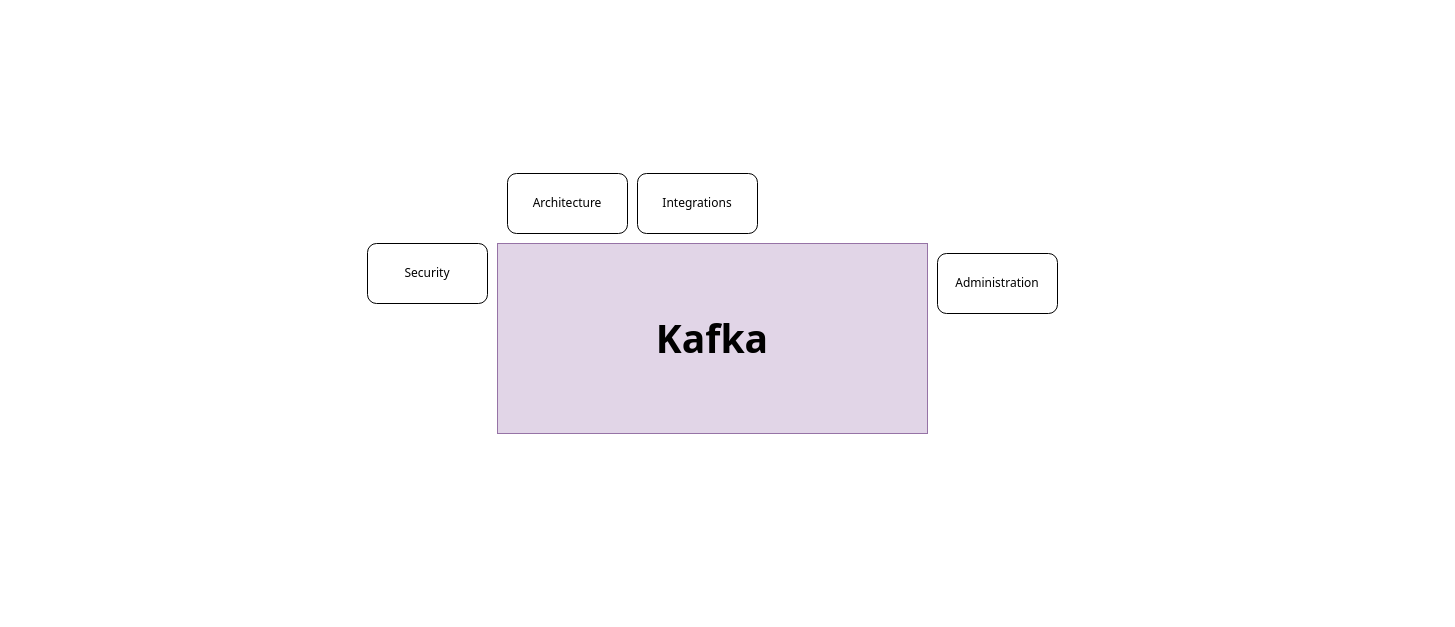
The draw.io diagram Kafka.drawio in kanchantewary/MindMaps, before the edit. Source tidied: cells renumbered, new cells numbered last; positions are measured from the earlier drawing's top-left corner, leaving out a move shared by most shapes. Both pictures are drawn from the tidied source at 100%, with x=0, y=0 at pixel (367, 173).
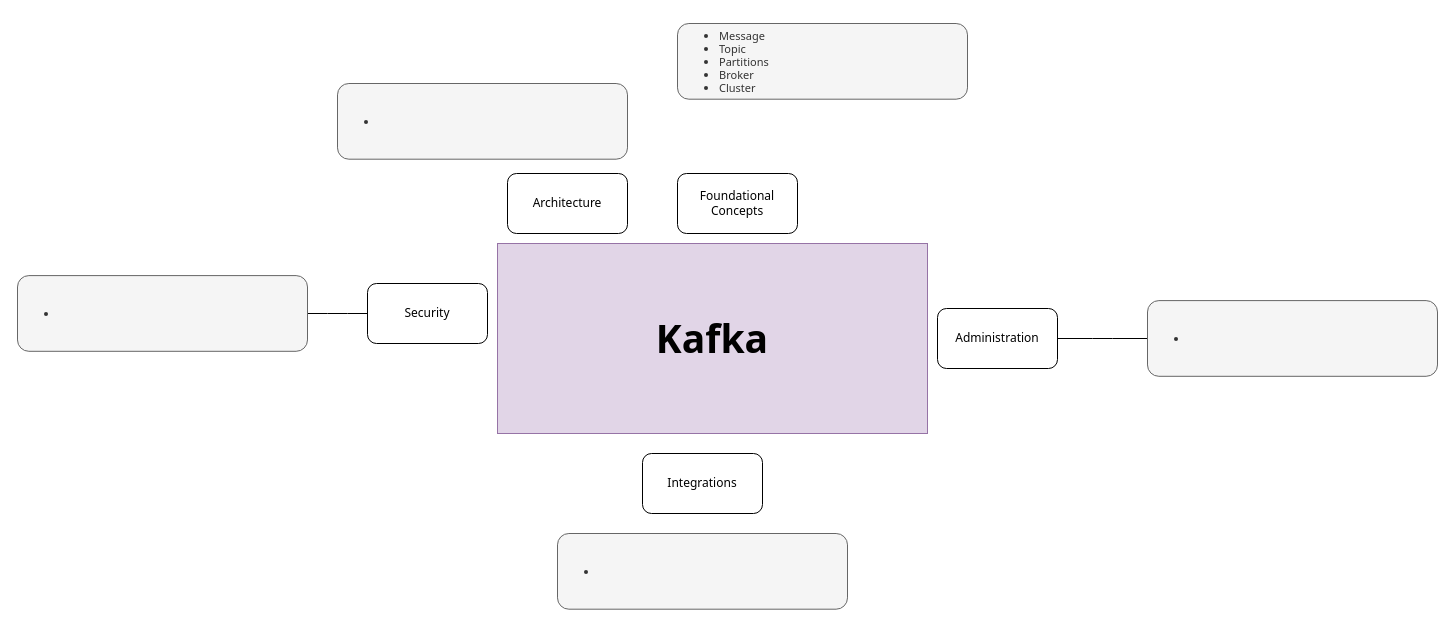
After the change.

What changed in the source:
```diff
@@
 <mxGraphModel>
   <root>
     <mxCell id="0" />
     <mxCell id="1" parent="0" />
     <mxCell id="2" value="&lt;h2&gt;Kafka&lt;/h2&gt;" style="rounded=0;whiteSpace=wrap;html=1;fontSize=26;fontFamily=Tahoma;fillColor=#e1d5e7;strokeColor=#9673a6;" parent="1" vertex="1">
       <mxGeometry x="130" y="70" width="430" height="190" as="geometry" />
     </mxCell>
     <mxCell id="3" value="Architecture" style="rounded=1;whiteSpace=wrap;html=1;fontFamily=Tahoma;" parent="1" vertex="1">
       <mxGeometry x="140" width="120" height="60" as="geometry" />
     </mxCell>
     <mxCell id="4" value="Integrations" style="rounded=1;whiteSpace=wrap;html=1;fontFamily=Tahoma;" parent="1" vertex="1">
-      <mxGeometry x="270" width="120" height="60" as="geometry" />
+      <mxGeometry x="275" y="280" width="120" height="60" as="geometry" />
     </mxCell>
+    <mxCell id="7" style="edgeStyle=orthogonalEdgeStyle;rounded=1;jettySize=auto;html=1;fontFamily=Tahoma;endArrow=none;endFill=0;" parent="1" edge="1" source="5" target="12">
+      <mxGeometry relative="1" as="geometry" />
+    </mxCell>
     <mxCell id="5" value="Security" style="rounded=1;whiteSpace=wrap;html=1;fontFamily=Tahoma;" parent="1" vertex="1">
-      <mxGeometry y="70" width="120" height="60" as="geometry" />
+      <mxGeometry y="110" width="120" height="60" as="geometry" />
     </mxCell>
+    <mxCell id="8" style="edgeStyle=orthogonalEdgeStyle;rounded=1;jettySize=auto;html=1;fontFamily=Tahoma;endArrow=none;endFill=0;" parent="1" edge="1" source="6" target="9">
+      <mxGeometry relative="1" as="geometry" />
+    </mxCell>
     <mxCell id="6" value="Administration" style="rounded=1;whiteSpace=wrap;html=1;fontFamily=Tahoma;" parent="1" vertex="1">
-      <mxGeometry x="570" y="80" width="120" height="60" as="geometry" />
+      <mxGeometry x="570" y="135" width="120" height="60" as="geometry" />
     </mxCell>
+    <mxCell id="9" value="&lt;ul&gt;&lt;li&gt;&lt;br&gt;&lt;/li&gt;&lt;/ul&gt;" style="rounded=1;whiteSpace=wrap;html=1;fontFamily=Tahoma;align=left;fontSize=11;fillColor=#f5f5f5;fontColor=#333333;strokeColor=#666666;" parent="1" vertex="1">
+      <mxGeometry x="780" y="127.1" width="290" height="75.7" as="geometry" />
+    </mxCell>
+    <mxCell id="10" value="&lt;ul&gt;&lt;li&gt;&lt;br&gt;&lt;/li&gt;&lt;/ul&gt;" style="rounded=1;whiteSpace=wrap;html=1;fontFamily=Tahoma;align=left;fontSize=11;fillColor=#f5f5f5;fontColor=#333333;strokeColor=#666666;" parent="1" vertex="1">
+      <mxGeometry x="190" y="360" width="290" height="75.7" as="geometry" />
+    </mxCell>
+    <mxCell id="11" value="&lt;ul&gt;&lt;li&gt;&lt;br&gt;&lt;/li&gt;&lt;/ul&gt;" style="rounded=1;whiteSpace=wrap;html=1;fontFamily=Tahoma;align=left;fontSize=11;fillColor=#f5f5f5;fontColor=#333333;strokeColor=#666666;" parent="1" vertex="1">
+      <mxGeometry x="-30" y="-90" width="290" height="75.7" as="geometry" />
+    </mxCell>
+    <mxCell id="12" value="&lt;ul&gt;&lt;li&gt;&lt;br&gt;&lt;/li&gt;&lt;/ul&gt;" style="rounded=1;whiteSpace=wrap;html=1;fontFamily=Tahoma;align=left;fontSize=11;fillColor=#f5f5f5;fontColor=#333333;strokeColor=#666666;" parent="1" vertex="1">
+      <mxGeometry x="-350" y="102.1" width="290" height="75.7" as="geometry" />
+    </mxCell>
+    <mxCell id="13" value="Foundational Concepts" style="rounded=1;whiteSpace=wrap;html=1;fontFamily=Tahoma;" parent="1" vertex="1">
+      <mxGeometry x="310" width="120" height="60" as="geometry" />
+    </mxCell>
+    <mxCell id="14" value="&lt;ul&gt;&lt;li&gt;Message&lt;/li&gt;&lt;li&gt;Topic&lt;/li&gt;&lt;li&gt;Partitions&lt;/li&gt;&lt;li&gt;Broker&lt;/li&gt;&lt;li&gt;Cluster&lt;/li&gt;&lt;/ul&gt;" style="rounded=1;whiteSpace=wrap;html=1;fontFamily=Tahoma;align=left;fontSize=11;fillColor=#f5f5f5;fontColor=#333333;strokeColor=#666666;" parent="1" vertex="1">
+      <mxGeometry x="310" y="-150" width="290" height="75.7" as="geometry" />
+    </mxCell>
   </root>
 </mxGraphModel>
```
